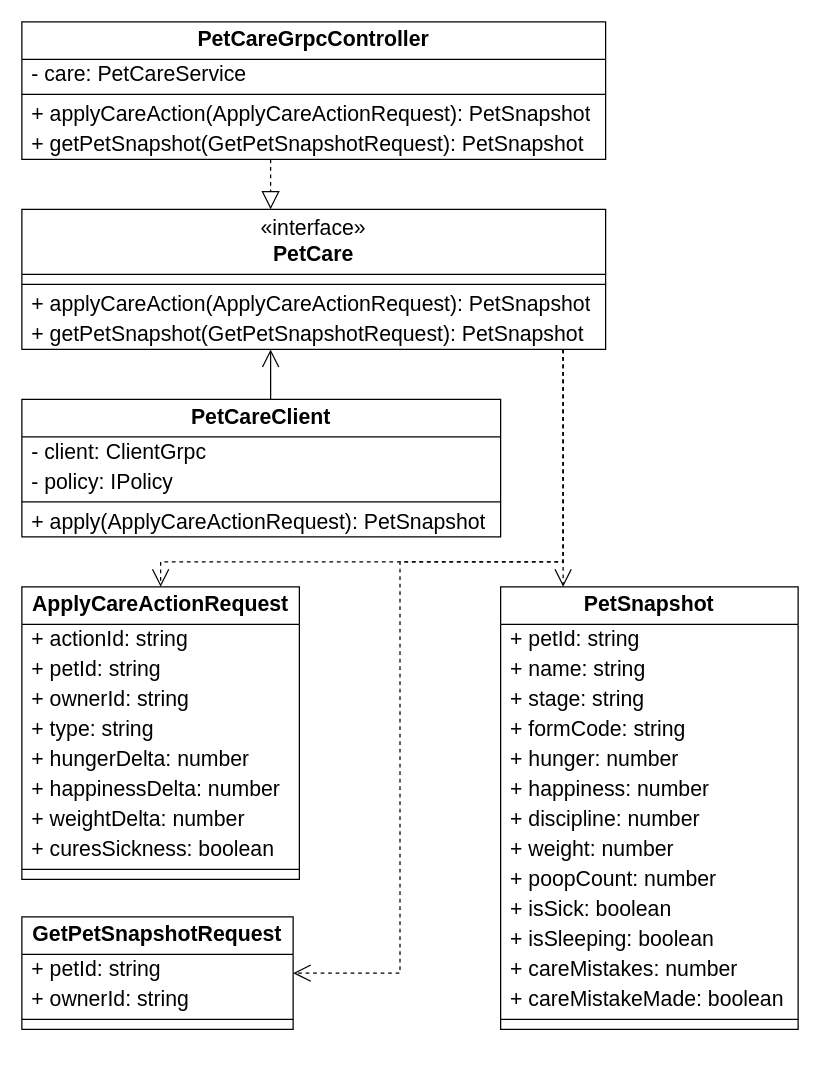
The draw.io diagram page "Классы: gRPC PetCare – контракт, сервер, клиент" (4 of 21) of docs/diagrams/Классы подробно.drawio in Shaherezada/tamagotchi, before the edit. Source tidied: cells renumbered, new cells numbered last; positions are measured from the earlier drawing's top-left corner, leaving out a move shared by most shapes. Both pictures are drawn from the tidied source at 125%, with x=0, y=0 at pixel (21, 21).
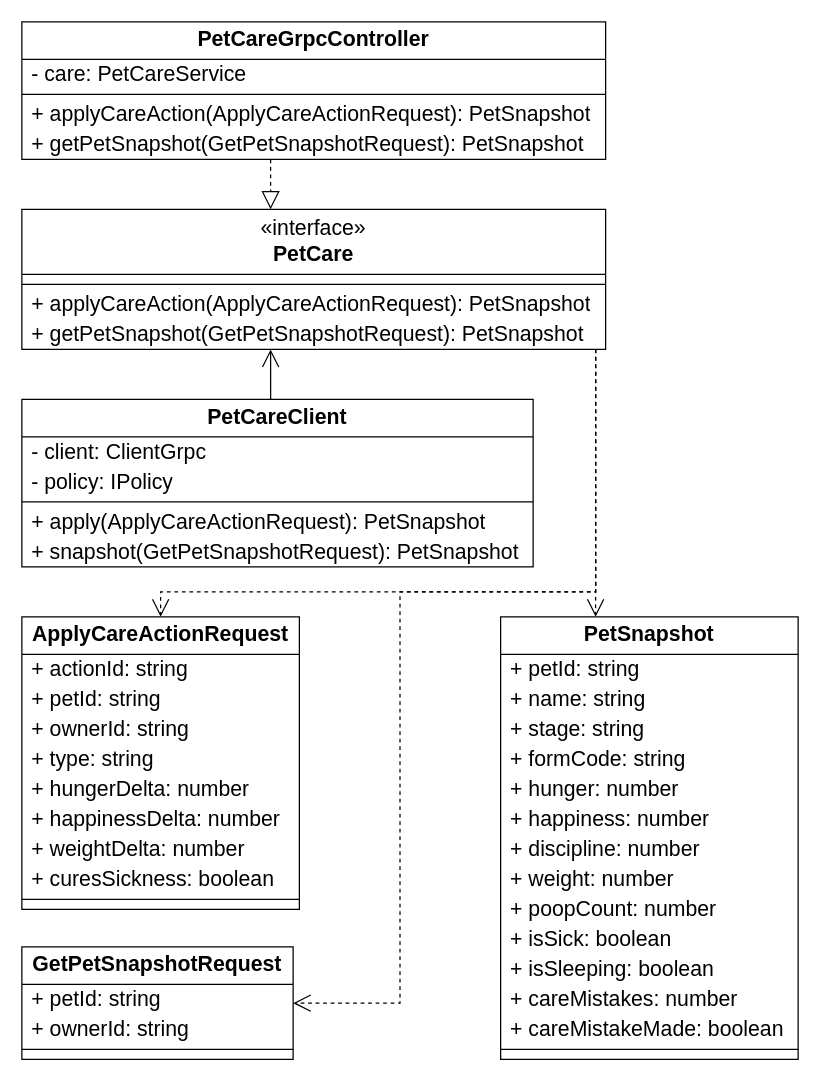
After the change.

The change refers to these unchanged cells:
```xml
<mxCell id="7" value="&amp;laquo;interface&amp;raquo;&lt;br&gt;&lt;b&gt;PetCare&lt;/b&gt;" style="swimlane;fontStyle=0;align=center;verticalAlign=middle;horizontal=1;startSize=52;whiteSpace=wrap;html=1;fillColor=#FFFFFF;swimlaneFillColor=#FFFFFF;strokeColor=#000000;fontColor=#000000;fontFamily=Arial;fontSize=17;" parent="1" vertex="1">
  <mxGeometry y="150" width="467" height="112" as="geometry" />
</mxCell>
```

Change to the diagram source:
```diff
@@
     <mxCell id="13" value="PetCareClient" style="swimlane;fontStyle=1;align=center;verticalAlign=middle;horizontal=1;startSize=30;whiteSpace=wrap;html=1;fillColor=#FFFFFF;swimlaneFillColor=#FFFFFF;strokeColor=#000000;fontColor=#000000;fontFamily=Arial;fontSize=17;" parent="1" vertex="1">
-      <mxGeometry y="302" width="383" height="110" as="geometry" />
+      <mxGeometry y="302" width="409" height="134" as="geometry" />
     </mxCell>
     <mxCell id="14" value="- client: ClientGrpc" style="text;strokeColor=none;fillColor=none;align=left;verticalAlign=middle;spacingLeft=6;spacingRight=4;overflow=hidden;whiteSpace=wrap;html=1;fontColor=#000000;fontFamily=Arial;fontSize=17;" parent="13" vertex="1">
-      <mxGeometry y="30" width="383" height="24" as="geometry" />
+      <mxGeometry y="30" width="409" height="24" as="geometry" />
     </mxCell>
     <mxCell id="15" value="- policy: IPolicy" style="text;strokeColor=none;fillColor=none;align=left;verticalAlign=middle;spacingLeft=6;spacingRight=4;overflow=hidden;whiteSpace=wrap;html=1;fontColor=#000000;fontFamily=Arial;fontSize=17;" parent="13" vertex="1">
-      <mxGeometry y="54" width="383" height="24" as="geometry" />
+      <mxGeometry y="54" width="409" height="24" as="geometry" />
     </mxCell>
     <mxCell id="16" style="line;strokeWidth=1;fillColor=none;align=left;verticalAlign=middle;spacingTop=-1;spacingLeft=3;spacingRight=3;labelPosition=right;strokeColor=#000000;" parent="13" vertex="1">
-      <mxGeometry y="78" width="383" height="8" as="geometry" />
+      <mxGeometry y="78" width="409" height="8" as="geometry" />
     </mxCell>
     <mxCell id="17" value="+ apply(ApplyCareActionRequest): PetSnapshot" style="text;strokeColor=none;fillColor=none;align=left;verticalAlign=middle;spacingLeft=6;spacingRight=4;overflow=hidden;whiteSpace=wrap;html=1;fontColor=#000000;fontFamily=Arial;fontSize=17;" parent="13" vertex="1">
-      <mxGeometry y="86" width="383" height="24" as="geometry" />
+      <mxGeometry y="86" width="409" height="24" as="geometry" />
     </mxCell>
+    <mxCell id="54" value="+ snapshot(GetPetSnapshotRequest): PetSnapshot" style="text;strokeColor=none;fillColor=none;align=left;verticalAlign=middle;spacingLeft=6;spacingRight=4;overflow=hidden;whiteSpace=wrap;html=1;fontColor=#000000;fontFamily=Arial;fontSize=17;" parent="13" vertex="1">
+      <mxGeometry y="110" width="409" height="24" as="geometry" />
+    </mxCell>
-    <mxCell id="18" style="html=1;rounded=0;edgeStyle=orthogonalEdgeStyle;strokeColor=#000000;fontColor=#000000;fontFamily=Arial;fontSize=17;endArrow=open;endSize=12;exitX=0.5196;exitY=0.0000;exitDx=0;exitDy=0;entryX=0.4261;entryY=1.0000;entryDx=0;entryDy=0;" parent="1" edge="1" source="13" target="7">
+    <mxCell id="18" style="html=1;rounded=0;edgeStyle=orthogonalEdgeStyle;strokeColor=#000000;fontColor=#000000;fontFamily=Arial;fontSize=17;endArrow=open;endSize=12;exitX=0.4866;exitY=0.0000;exitDx=0;exitDy=0;entryX=0.4261;entryY=1.0000;entryDx=0;entryDy=0;" parent="1" edge="1" source="13" target="7">
       <mxGeometry relative="1" as="geometry" />
     </mxCell>
     <mxCell id="19" value="ApplyCareActionRequest" style="swimlane;fontStyle=1;align=center;verticalAlign=middle;horizontal=1;startSize=30;whiteSpace=wrap;html=1;fillColor=#FFFFFF;swimlaneFillColor=#FFFFFF;strokeColor=#000000;fontColor=#000000;fontFamily=Arial;fontSize=17;" parent="1" vertex="1">
-      <mxGeometry y="452" width="222" height="234" as="geometry" />
+      <mxGeometry y="476" width="222" height="234" as="geometry" />
     </mxCell>
@@
     <mxCell id="30" value="GetPetSnapshotRequest" style="swimlane;fontStyle=1;align=center;verticalAlign=middle;horizontal=1;startSize=30;whiteSpace=wrap;html=1;fillColor=#FFFFFF;swimlaneFillColor=#FFFFFF;strokeColor=#000000;fontColor=#000000;fontFamily=Arial;fontSize=17;" parent="1" vertex="1">
-      <mxGeometry y="716" width="217" height="90" as="geometry" />
+      <mxGeometry y="740" width="217" height="90" as="geometry" />
     </mxCell>
@@
     <mxCell id="35" value="PetSnapshot" style="swimlane;fontStyle=1;align=center;verticalAlign=middle;horizontal=1;startSize=30;whiteSpace=wrap;html=1;fillColor=#FFFFFF;swimlaneFillColor=#FFFFFF;strokeColor=#000000;fontColor=#000000;fontFamily=Arial;fontSize=17;" parent="1" vertex="1">
-      <mxGeometry x="383" y="452" width="238" height="354" as="geometry" />
+      <mxGeometry x="383" y="476" width="238" height="354" as="geometry" />
     </mxCell>
@@
-    <mxCell id="51" style="html=1;rounded=0;edgeStyle=orthogonalEdgeStyle;strokeColor=#000000;fontColor=#000000;fontFamily=Arial;fontSize=17;endArrow=open;endSize=12;dashed=1;exitX=0.9272;exitY=1.0000;exitDx=0;exitDy=0;entryX=0.2101;entryY=0.0000;entryDx=0;entryDy=0;" parent="1" edge="1" source="7" target="35">
+    <mxCell id="51" style="html=1;rounded=0;edgeStyle=orthogonalEdgeStyle;strokeColor=#000000;fontColor=#000000;fontFamily=Arial;fontSize=17;endArrow=open;endSize=12;dashed=1;exitX=0.9829;exitY=1.0000;exitDx=0;exitDy=0;entryX=0.3193;entryY=0.0000;entryDx=0;entryDy=0;" parent="1" edge="1" source="7" target="35">
       <mxGeometry relative="1" as="geometry" />
     </mxCell>
-    <mxCell id="52" style="html=1;rounded=0;edgeStyle=orthogonalEdgeStyle;strokeColor=#000000;fontColor=#000000;fontFamily=Arial;fontSize=17;endArrow=open;endSize=12;dashed=1;exitX=0.9272;exitY=1.0000;exitDx=0;exitDy=0;entryX=0.5000;entryY=0.0000;entryDx=0;entryDy=0;" parent="1" edge="1" source="7" target="19">
+    <mxCell id="52" style="html=1;rounded=0;edgeStyle=orthogonalEdgeStyle;strokeColor=#000000;fontColor=#000000;fontFamily=Arial;fontSize=17;endArrow=open;endSize=12;dashed=1;exitX=0.9829;exitY=1.0000;exitDx=0;exitDy=0;entryX=0.5000;entryY=0.0000;entryDx=0;entryDy=0;" parent="1" edge="1" source="7" target="19">
       <mxGeometry relative="1" as="geometry">
         <Array as="points">
-          <mxPoint x="433" y="432" />
-          <mxPoint x="111" y="432" />
+          <mxPoint x="459" y="456" />
+          <mxPoint x="111" y="456" />
         </Array>
       </mxGeometry>
     </mxCell>
-    <mxCell id="53" style="html=1;rounded=0;edgeStyle=orthogonalEdgeStyle;strokeColor=#000000;fontColor=#000000;fontFamily=Arial;fontSize=17;endArrow=open;endSize=12;dashed=1;exitX=0.9272;exitY=1.0000;exitDx=0;exitDy=0;entryX=1.0000;entryY=0.5000;entryDx=0;entryDy=0;" parent="1" edge="1" source="7" target="30">
+    <mxCell id="53" style="html=1;rounded=0;edgeStyle=orthogonalEdgeStyle;strokeColor=#000000;fontColor=#000000;fontFamily=Arial;fontSize=17;endArrow=open;endSize=12;dashed=1;exitX=0.9829;exitY=1.0000;exitDx=0;exitDy=0;entryX=1.0000;entryY=0.5000;entryDx=0;entryDy=0;" parent="1" edge="1" source="7" target="30">
       <mxGeometry relative="1" as="geometry">
         <Array as="points">
-          <mxPoint x="433" y="432" />
-          <mxPoint x="302.5" y="432" />
-          <mxPoint x="302.5" y="761" />
+          <mxPoint x="459" y="456" />
+          <mxPoint x="302.5" y="456" />
+          <mxPoint x="302.5" y="785" />
         </Array>
       </mxGeometry>
     </mxCell>
```
